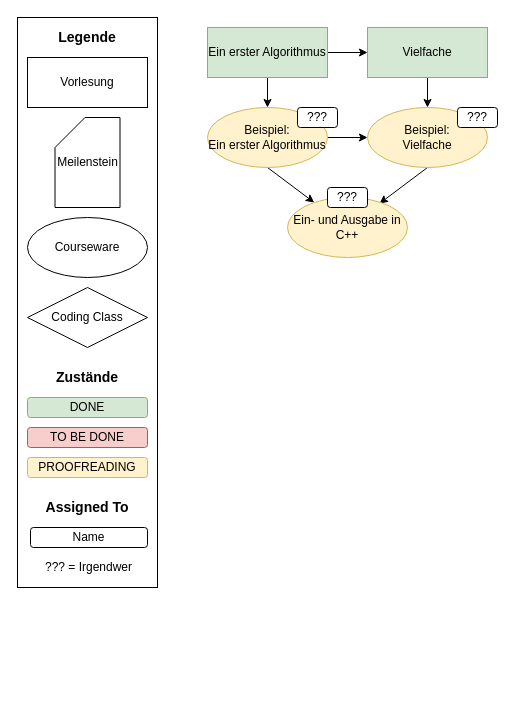
mbrinkmeier/AudInhalt keeps this draw.io diagram as AuD Inhalt.drawio. Above is the earlier version. Source tidied: cells renumbered, new cells numbered last; positions are measured from the earlier drawing's top-left corner, leaving out a move shared by most shapes. Both pictures are drawn from the tidied source at 100%, with x=0, y=0 at pixel (17, 17).
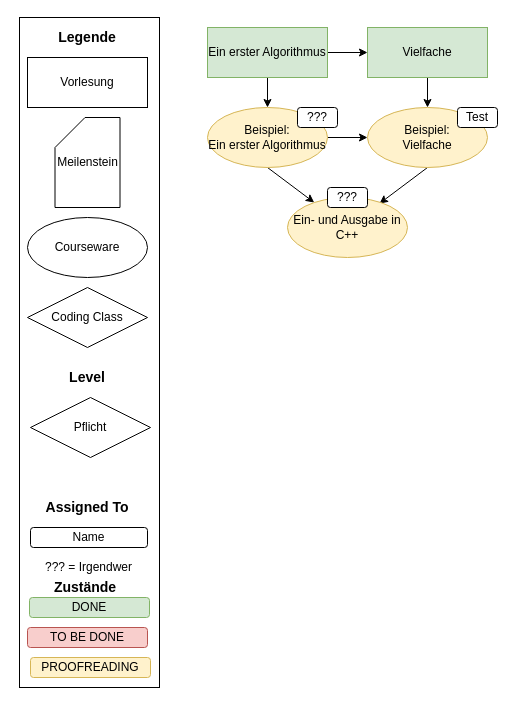
The same diagram, later.

Change to the diagram source:
```diff
@@
     <mxCell id="2" style="rounded=0;whiteSpace=wrap;html=1;fillColor=none;" parent="1" vertex="1">
-      <mxGeometry width="140" height="570" as="geometry" />
+      <mxGeometry x="2" width="140" height="670" as="geometry" />
     </mxCell>
@@
     <mxCell id="9" value="DONE" style="rounded=1;whiteSpace=wrap;html=1;fillColor=#d5e8d4;strokeColor=#82b366;" parent="1" vertex="1">
-      <mxGeometry x="10" y="380" width="120" height="20" as="geometry" />
+      <mxGeometry x="12" y="580" width="120" height="20" as="geometry" />
     </mxCell>
     <mxCell id="10" value="TO BE DONE" style="rounded=1;whiteSpace=wrap;html=1;fillColor=#f8cecc;strokeColor=#b85450;" parent="1" vertex="1">
-      <mxGeometry x="10" y="410" width="120" height="20" as="geometry" />
+      <mxGeometry x="10" y="610" width="120" height="20" as="geometry" />
     </mxCell>
     <mxCell id="11" value="PROOFREADING" style="rounded=1;whiteSpace=wrap;html=1;fillColor=#fff2cc;strokeColor=#d6b656;" parent="1" vertex="1">
-      <mxGeometry x="10" y="440" width="120" height="20" as="geometry" />
+      <mxGeometry x="13" y="640" width="120" height="20" as="geometry" />
     </mxCell>
@@
     <mxCell id="23" value="&lt;b&gt;&lt;font style=&quot;font-size: 14px&quot;&gt;Zustände&lt;/font&gt;&lt;/b&gt;" style="text;html=1;strokeColor=none;fillColor=none;align=center;verticalAlign=middle;whiteSpace=wrap;rounded=0;" parent="1" vertex="1">
-      <mxGeometry x="40" y="350" width="60" height="20" as="geometry" />
+      <mxGeometry x="37.5" y="560" width="60" height="20" as="geometry" />
     </mxCell>
@@
+    <mxCell id="30" value="&lt;b&gt;&lt;font style=&quot;font-size: 14px&quot;&gt;Level&lt;/font&gt;&lt;/b&gt;" style="text;html=1;strokeColor=none;fillColor=none;align=center;verticalAlign=middle;whiteSpace=wrap;rounded=0;" parent="1" vertex="1">
+      <mxGeometry x="40" y="350" width="60" height="20" as="geometry" />
+    </mxCell>
+    <mxCell id="31" value="Pflicht" style="rhombus;whiteSpace=wrap;html=1;" parent="1" vertex="1">
+      <mxGeometry x="13" y="380" width="120" height="60" as="geometry" />
+    </mxCell>
@@
-    <mxCell id="27" value="???" style="rounded=1;whiteSpace=wrap;html=1;" parent="26" vertex="1">
+    <mxCell id="27" value="Test" style="rounded=1;whiteSpace=wrap;html=1;" parent="26" vertex="1">
       <mxGeometry x="440" y="90" width="40" height="20" as="geometry" />
     </mxCell>
```
